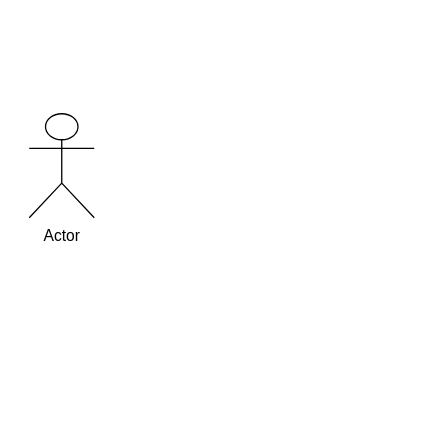
This is 3.3.2 组件库维护功能 -1 .drawio from yuxinyu12345/diagrams, a draw.io file, before an edit. Source tidied: cells renumbered, new cells numbered last; positions are measured from the earlier drawing's top-left corner, leaving out a move shared by most shapes. Both pictures are drawn from the tidied source at 130%, with x=0, y=0 at pixel (29, 113).
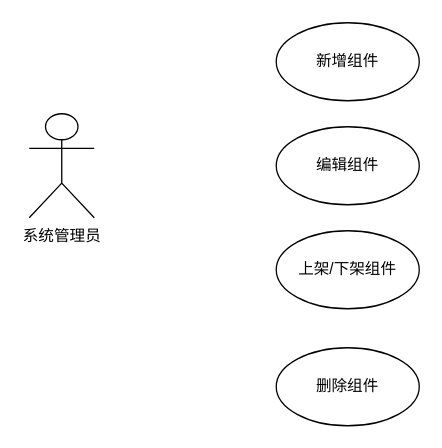
Above is the later version.

Commit message (it also covers changes not shown here):
更新3.3.2 组件库维护功能 -1 .drawio

The edit, as a diff of the source:
```diff
@@
 <mxGraphModel>
   <root>
     <mxCell id="0" />
     <mxCell id="1" parent="0" />
-    <mxCell id="2" value="Actor" style="shape=umlActor;verticalLabelPosition=bottom;verticalAlign=top;html=1;" parent="1" vertex="1">
+    <mxCell id="2" value="系统管理员" style="shape=umlActor;verticalLabelPosition=bottom;verticalAlign=top;html=1;" parent="1" vertex="1">
       <mxGeometry width="50" height="80" as="geometry" />
     </mxCell>
+    <mxCell id="3" value="新增组件" style="ellipse;whiteSpace=wrap;html=1;" parent="1" vertex="1">
+      <mxGeometry x="190" y="-70" width="110" height="60" as="geometry" />
+    </mxCell>
+    <mxCell id="4" value="编辑组件" style="ellipse;whiteSpace=wrap;html=1;" parent="1" vertex="1">
+      <mxGeometry x="190" y="10" width="110" height="60" as="geometry" />
+    </mxCell>
+    <mxCell id="5" value="上架/下架组件" style="ellipse;whiteSpace=wrap;html=1;" parent="1" vertex="1">
+      <mxGeometry x="190" y="90" width="110" height="60" as="geometry" />
+    </mxCell>
+    <mxCell id="6" value="删除组件" style="ellipse;whiteSpace=wrap;html=1;" parent="1" vertex="1">
+      <mxGeometry x="190" y="180" width="110" height="60" as="geometry" />
+    </mxCell>
   </root>
 </mxGraphModel>
```
